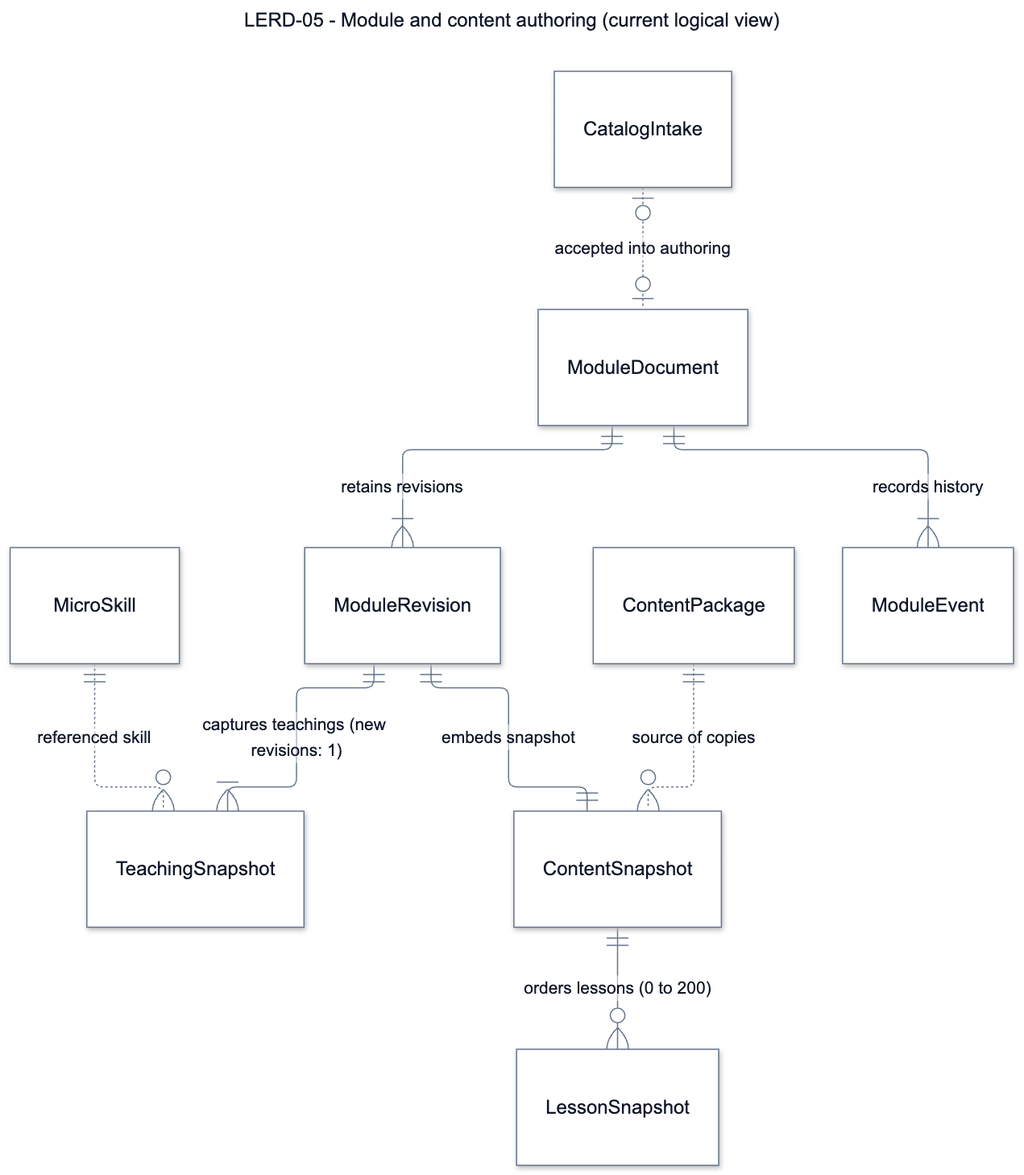
SEP490-Fall-2026-GFA26SE64/SEP490 keeps this Mermaid diagram as documents/diagrams/mermaid/lerd-05.png. Above is the earlier version. Its source is kept beside it as documents/diagrams/mermaid/lerd-05.mmd.
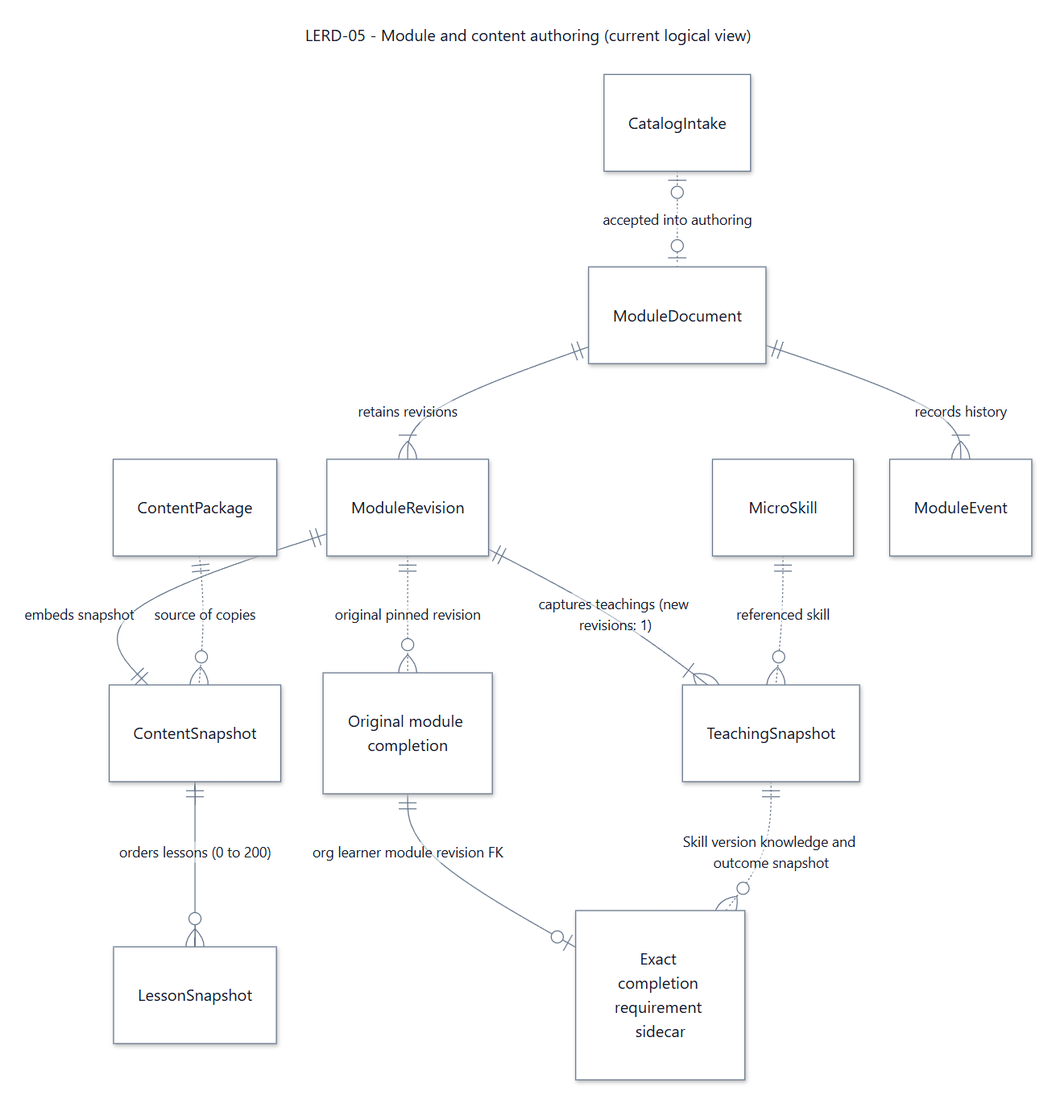
After the commit.

Diff of the diagram source:
```diff
@@ -1,7 +1,8 @@
 ---
 title: "LERD-05 - Module and content authoring (current logical view)"
-config: {"theme":"base","fontFamily":"Segoe UI, Arial, sans-serif","themeVariables":{"fontFamily":"Segoe UI, Arial, sans-serif","fontSize":"16px","primaryColor":"#ffffff","primaryTextColor":"#0f1729","primaryBorderColor":"#64748b","secondaryColor":"#fef3eb","tertiaryColor":"#ffffff","lineColor":"#64748b","textColor":"#0f1729","mainBkg":"#ffffff","background":"#ffffff","clusterBkg":"#ffffff","clusterBorder":"#64748b","edgeLabelBackground":"#ffffff","titleColor":"#0f1729","noteBkgColor":"#fef3eb","noteTextColor":"#0f1729","noteBorderColor":"#e6650f","attributeBackgroundColorOdd":"#ffffff","attributeBackgroundColorEven":"#ffffff","secondaryBorderColor":"#64748b","tertiaryBorderColor":"#64748b","secondaryTextColor":"#0f1729","tertiaryTextColor":"#0f1729"},"layout":"elk","er":{"layoutDirection":"LR","nodeSpacing":36,"rankSpacing":74,"entityPadding":16,"fontSize":16,"minEntityWidth":140,"diagramPadding":24}}
+config: {"theme":"base","fontFamily":"Segoe UI, Arial, sans-serif","themeVariables":{"fontFamily":"Segoe UI, Arial, sans-serif","fontSize":"16px","primaryColor":"#ffffff","primaryTextColor":"#0f1729","primaryBorderColor":"#64748b","secondaryColor":"#fef3eb","tertiaryColor":"#ffffff","lineColor":"#64748b","textColor":"#0f1729","mainBkg":"#ffffff","background":"#ffffff","clusterBkg":"#ffffff","clusterBorder":"#64748b","edgeLabelBackground":"#ffffff","titleColor":"#0f1729","noteBkgColor":"#fef3eb","noteTextColor":"#0f1729","noteBorderColor":"#e6650f","attributeBackgroundColorOdd":"#ffffff","attributeBackgroundColorEven":"#ffffff","secondaryBorderColor":"#64748b","tertiaryBorderColor":"#64748b","secondaryTextColor":"#0f1729","tertiaryTextColor":"#0f1729"},"layout":"dagre","er":{"layoutDirection":"LR","nodeSpacing":36,"rankSpacing":74,"entityPadding":16,"fontSize":16,"minEntityWidth":140,"diagramPadding":24}}
 ---
+
 erDiagram
   M["ModuleDocument"]
   R["ModuleRevision"]
@@ -20,3 +21,8 @@
   C ||--o{ L : "orders lessons (0 to 200)"
   R ||--|{ T : "captures teachings (new revisions: 1)"
   S ||..o{ T : "referenced skill"
+  Completion["Original module completion"]
+  Requirement["Exact completion requirement sidecar"]
+  R ||..o{ Completion : "original pinned revision"
+  Completion ||--o| Requirement : "org learner module revision FK"
+  T ||..o{ Requirement : "Skill version knowledge and outcome snapshot"
```
